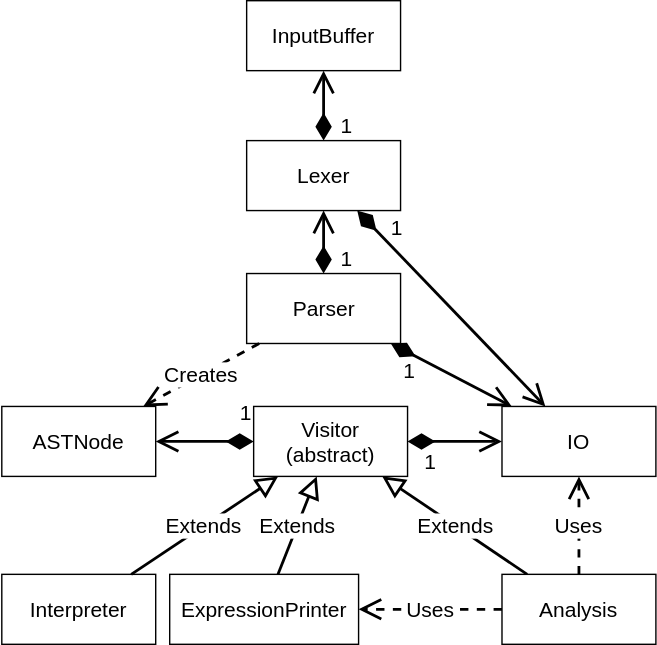
The draw.io diagram documents/Architecture.svg in Rochet2/compilers, before a commit. Source tidied: cells renumbered, new cells last; positions are measured from the earlier drawing's top-left corner, leaving out a move shared by most shapes.
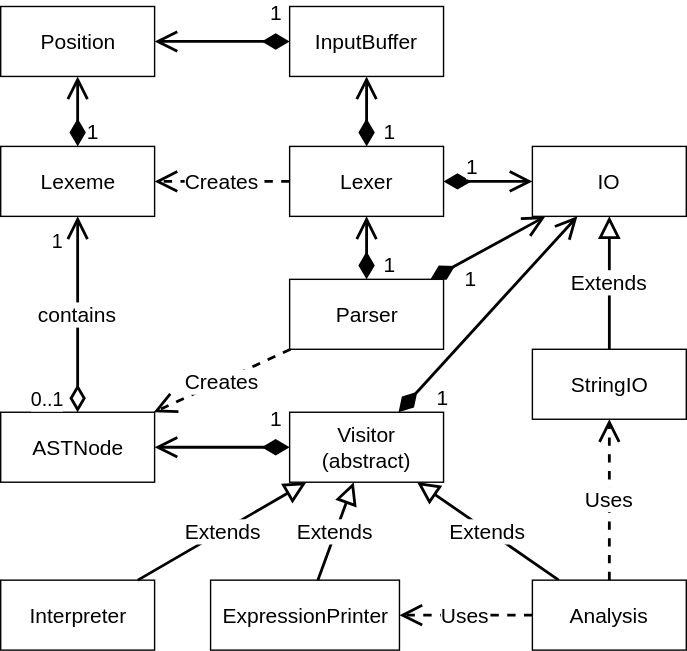
The same diagram one commit later.

Diff of the diagram source:
```diff
@@ -3,13 +3,19 @@
     <mxCell id="0" />
     <mxCell id="1" parent="0" />
     <mxCell id="2" value="ASTNode" style="html=1;glass=0;fontSize=15;align=center;" parent="1" vertex="1">
-      <mxGeometry x="-0.5" y="290" width="110" height="50" as="geometry" />
+      <mxGeometry x="-32" y="290" width="110" height="50" as="geometry" />
     </mxCell>
+    <mxCell id="23" value="Position&lt;br&gt;" style="html=1;glass=0;fontSize=15;align=center;" parent="1" vertex="1">
+      <mxGeometry x="-32" width="110" height="50" as="geometry" />
+    </mxCell>
+    <mxCell id="24" value="Lexeme&lt;br&gt;" style="html=1;glass=0;fontSize=15;align=center;" parent="1" vertex="1">
+      <mxGeometry x="-32" y="100" width="110" height="50" as="geometry" />
+    </mxCell>
     <mxCell id="3" value="Interpreter&lt;br&gt;" style="html=1;glass=0;fontSize=15;align=center;" parent="1" vertex="1">
-      <mxGeometry x="-0.5" y="410" width="110" height="50" as="geometry" />
+      <mxGeometry x="-32" y="410" width="110" height="50" as="geometry" />
     </mxCell>
     <mxCell id="4" value="IO&lt;br&gt;" style="html=1;glass=0;fontSize=15;align=center;" parent="1" vertex="1">
-      <mxGeometry x="357" y="290" width="110" height="50" as="geometry" />
+      <mxGeometry x="348" y="100" width="110" height="50" as="geometry" />
     </mxCell>
     <mxCell id="5" value="InputBuffer&lt;br&gt;" style="html=1;glass=0;fontSize=15;align=center;" parent="1" vertex="1">
       <mxGeometry x="174.5" width="110" height="50" as="geometry" />
@@ -21,7 +27,7 @@
       <mxGeometry x="174.5" y="195" width="110" height="50" as="geometry" />
     </mxCell>
     <mxCell id="8" value="Visitor&lt;br&gt;(abstract)&lt;br&gt;" style="html=1;glass=0;fontSize=15;align=center;" parent="1" vertex="1">
-      <mxGeometry x="179.5" y="290" width="110" height="50" as="geometry" />
+      <mxGeometry x="174.5" y="290" width="110" height="50" as="geometry" />
     </mxCell>
     <mxCell id="9" value="Extends" style="endArrow=block;endSize=11;endFill=0;html=1;strokeWidth=2;fontSize=15;" parent="1" edge="1" source="17" target="8">
       <mxGeometry relative="1" as="geometry" />
@@ -30,31 +36,31 @@
       <mxGeometry relative="1" as="geometry" />
     </mxCell>
     <mxCell id="11" value="1" style="endArrow=open;html=1;endSize=12;startArrow=diamondThin;startSize=14;startFill=1;align=left;verticalAlign=bottom;strokeWidth=2;fontSize=15;" parent="1" edge="1" source="8" target="4">
-      <mxGeometry x="-0.7" y="-25" relative="1" as="geometry" />
+      <mxGeometry x="-0.82" y="-19" relative="1" as="geometry" />
     </mxCell>
     <mxCell id="12" value="1" style="endArrow=open;html=1;endSize=12;startArrow=diamondThin;startSize=14;startFill=1;align=left;verticalAlign=bottom;strokeWidth=2;fontSize=15;" parent="1" edge="1" source="8" target="2">
       <mxGeometry x="-0.67" y="-10" relative="1" as="geometry" />
     </mxCell>
     <mxCell id="13" value="1" style="endArrow=open;html=1;endSize=12;startArrow=diamondThin;startSize=14;startFill=1;align=left;verticalAlign=bottom;strokeWidth=2;fontSize=15;" parent="1" edge="1" source="6" target="4">
-      <mxGeometry x="-0.67" relative="1" as="geometry" />
+      <mxGeometry x="-0.57" relative="1" as="geometry" />
     </mxCell>
     <mxCell id="14" value="1" style="endArrow=open;html=1;endSize=12;startArrow=diamondThin;startSize=14;startFill=1;align=left;verticalAlign=bottom;strokeWidth=2;fontSize=15;" parent="1" edge="1" source="6" target="5">
       <mxGeometry x="-1" y="-10" relative="1" as="geometry" />
     </mxCell>
     <mxCell id="15" value="1" style="endArrow=open;html=1;endSize=12;startArrow=diamondThin;startSize=14;startFill=1;align=left;verticalAlign=bottom;strokeWidth=2;fontSize=15;" parent="1" edge="1" source="7" target="4">
-      <mxGeometry x="-0.59" y="-23" relative="1" as="geometry" />
+      <mxGeometry x="-0.67" y="-20" relative="1" as="geometry" />
     </mxCell>
     <mxCell id="16" value="1" style="endArrow=open;html=1;endSize=12;startArrow=diamondThin;startSize=14;startFill=1;align=left;verticalAlign=bottom;strokeWidth=2;fontSize=15;" parent="1" edge="1" source="7" target="6">
       <mxGeometry x="-1" y="-10" relative="1" as="geometry" />
     </mxCell>
     <mxCell id="17" value="Analysis" style="html=1;glass=0;fontSize=15;align=center;" parent="1" vertex="1">
-      <mxGeometry x="357" y="410" width="110" height="50" as="geometry" />
+      <mxGeometry x="348" y="410" width="110" height="50" as="geometry" />
     </mxCell>
     <mxCell id="18" value="Creates&lt;br&gt;" style="endArrow=open;endSize=12;dashed=1;html=1;strokeWidth=2;fontSize=15;" parent="1" edge="1" source="7" target="2">
       <mxGeometry relative="1" as="geometry" />
     </mxCell>
     <mxCell id="19" value="ExpressionPrinter&lt;br&gt;" style="html=1;glass=0;fontSize=15;align=center;" parent="1" vertex="1">
-      <mxGeometry x="119.5" y="410" width="135" height="50" as="geometry" />
+      <mxGeometry x="118" y="410" width="135" height="50" as="geometry" />
     </mxCell>
     <mxCell id="20" value="Extends" style="endArrow=block;endSize=11;endFill=0;html=1;strokeWidth=2;fontSize=15;" parent="1" edge="1" source="19" target="8">
       <mxGeometry relative="1" as="geometry" />
@@ -62,8 +68,38 @@
     <mxCell id="21" value="Uses&lt;br&gt;" style="endArrow=open;endSize=12;dashed=1;html=1;strokeWidth=2;fontSize=15;" parent="1" edge="1" source="17" target="19">
       <mxGeometry relative="1" as="geometry" />
     </mxCell>
-    <mxCell id="22" value="Uses&lt;br&gt;" style="endArrow=open;endSize=12;dashed=1;html=1;strokeWidth=2;fontSize=15;" parent="1" edge="1" source="17" target="4">
+    <mxCell id="22" value="Uses&lt;br&gt;" style="endArrow=open;endSize=12;dashed=1;html=1;strokeWidth=2;fontSize=15;" parent="1" edge="1" source="17" target="25">
       <mxGeometry relative="1" as="geometry" />
     </mxCell>
+    <mxCell id="25" value="StringIO&lt;br&gt;" style="html=1;glass=0;fontSize=15;align=center;" parent="1" vertex="1">
+      <mxGeometry x="348" y="245" width="110" height="50" as="geometry" />
+    </mxCell>
+    <mxCell id="26" value="Extends" style="endArrow=block;endSize=11;endFill=0;html=1;strokeWidth=2;fontSize=15;" parent="1" edge="1" source="25" target="4">
+      <mxGeometry relative="1" as="geometry" />
+    </mxCell>
+    <mxCell id="27" value="1" style="endArrow=open;html=1;endSize=12;startArrow=diamondThin;startSize=14;startFill=1;align=left;verticalAlign=bottom;strokeWidth=2;fontSize=15;" parent="1" edge="1" source="5" target="23">
+      <mxGeometry x="-0.66" y="-10" relative="1" as="geometry">
+        <mxPoint x="1" as="offset" />
+      </mxGeometry>
+    </mxCell>
+    <mxCell id="28" value="1" style="endArrow=open;html=1;endSize=12;startArrow=diamondThin;startSize=14;startFill=1;align=left;verticalAlign=bottom;strokeWidth=2;fontSize=15;" parent="1" edge="1" source="24" target="23">
+      <mxGeometry x="-1" y="-5" relative="1" as="geometry" />
+    </mxCell>
+    <mxCell id="29" value="Creates&lt;br&gt;" style="endArrow=open;endSize=12;dashed=1;html=1;strokeWidth=2;fontSize=15;" parent="1" edge="1" source="6" target="24">
+      <mxGeometry relative="1" as="geometry" />
+    </mxCell>
+    <mxCell id="30" value="contains" style="endArrow=open;html=1;endSize=12;startArrow=diamondThin;startSize=14;startFill=0;edgeStyle=orthogonalEdgeStyle;strokeWidth=2;fontSize=15;" parent="1" edge="1" source="2" target="24">
+      <mxGeometry relative="1" as="geometry" />
+    </mxCell>
+    <mxCell id="31" value="0..1" style="html=1;align=left;verticalAlign=top;labelBackgroundColor=#ffffff;fontSize=14;" parent="30" vertex="1">
+      <mxGeometry x="-1" relative="1" as="geometry">
+        <mxPoint x="-36.5" y="-25" as="offset" />
+      </mxGeometry>
+    </mxCell>
+    <mxCell id="32" value="1" style="html=1;align=right;verticalAlign=top;labelBackgroundColor=#ffffff;fontSize=14;spacing=4;" parent="30" vertex="1">
+      <mxGeometry x="1" relative="1" as="geometry">
+        <mxPoint x="-6.5" as="offset" />
+      </mxGeometry>
+    </mxCell>
   </root>
 </mxGraphModel>
```
